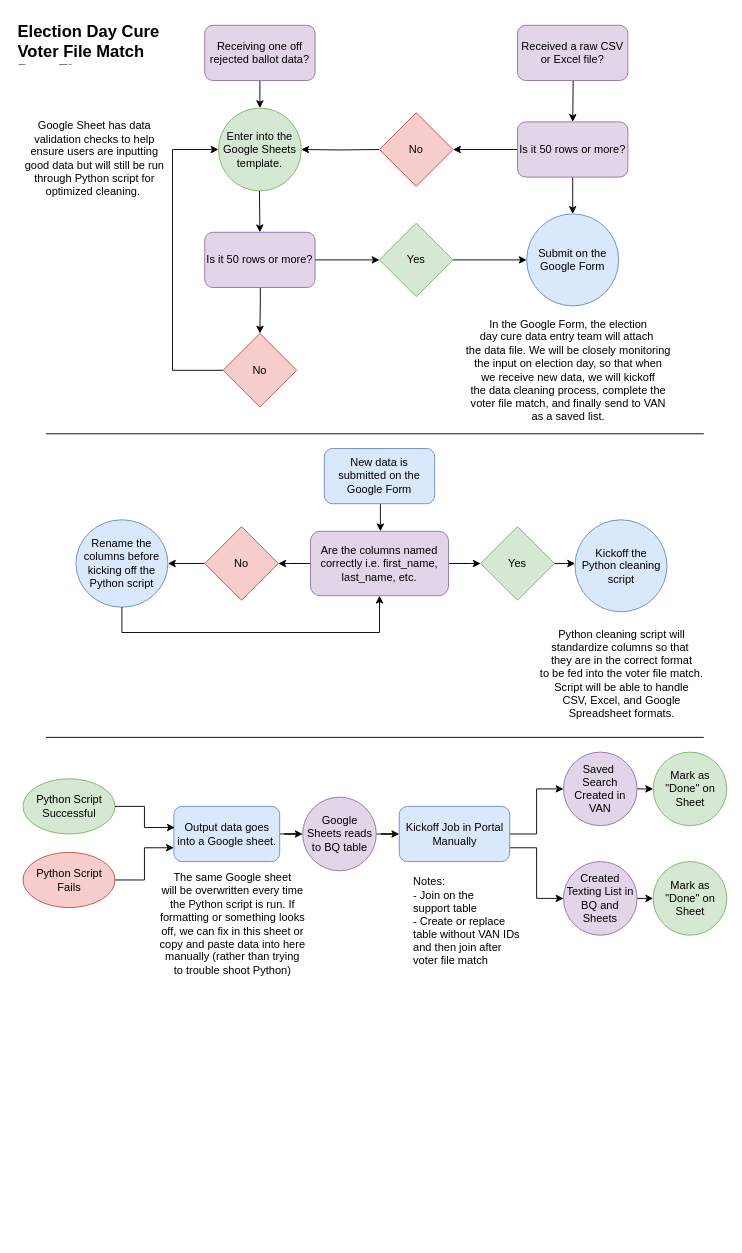
Before: Election Day Cure Voter File Match Data Flow.drawio in jaredbach/DataDiagrams, a draw.io diagram. Source tidied: cells renumbered, new cells numbered last; positions are measured from the earlier drawing's top-left corner, leaving out a move shared by most shapes. Both pictures are drawn from the tidied source at 92%, with x=0, y=0 at pixel (16, 16).
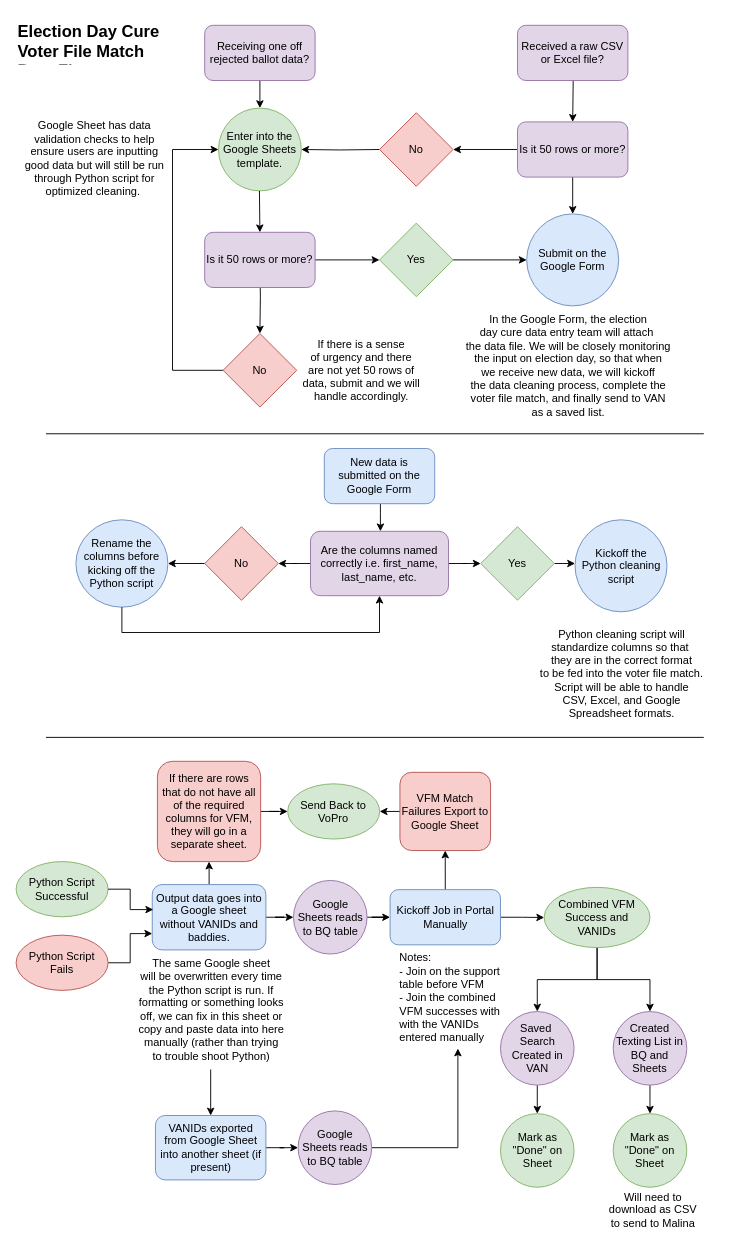
The same diagram, later.

Diff of the diagram source:
```diff
@@
     <mxCell id="21" value="&lt;div style=&quot;&quot;&gt;&lt;span style=&quot;background-color: initial;&quot;&gt;In the Google Form, the election&lt;/span&gt;&lt;/div&gt;&lt;div style=&quot;&quot;&gt;day cure &lt;span style=&quot;background-color: initial;&quot;&gt;data&amp;nbsp;&lt;/span&gt;&lt;span style=&quot;background-color: initial;&quot;&gt;entry team&amp;nbsp;&lt;/span&gt;&lt;span style=&quot;background-color: initial;&quot;&gt;will attach&amp;nbsp;&lt;/span&gt;&lt;/div&gt;&lt;div style=&quot;&quot;&gt;&lt;span style=&quot;background-color: initial;&quot;&gt;the&amp;nbsp;&lt;/span&gt;&lt;span style=&quot;background-color: initial;&quot;&gt;data file. We&amp;nbsp;&lt;/span&gt;&lt;span style=&quot;background-color: initial;&quot;&gt;will be&amp;nbsp;&lt;/span&gt;&lt;span style=&quot;background-color: initial;&quot;&gt;closely&amp;nbsp;&lt;/span&gt;&lt;span style=&quot;background-color: initial;&quot;&gt;monitoring&lt;/span&gt;&lt;/div&gt;&lt;div style=&quot;&quot;&gt;&lt;span style=&quot;background-color: initial;&quot;&gt;the i&lt;/span&gt;&lt;span style=&quot;background-color: initial;&quot;&gt;nput&amp;nbsp;&lt;/span&gt;&lt;span style=&quot;background-color: initial;&quot;&gt;on election&amp;nbsp;&lt;/span&gt;&lt;span style=&quot;background-color: initial;&quot;&gt;day, so&amp;nbsp;&lt;/span&gt;&lt;span style=&quot;background-color: initial;&quot;&gt;that when&lt;/span&gt;&lt;/div&gt;&lt;div style=&quot;&quot;&gt;&lt;span style=&quot;background-color: initial;&quot;&gt;we&amp;nbsp;&lt;/span&gt;&lt;span style=&quot;background-color: initial;&quot;&gt;receive&amp;nbsp;&lt;/span&gt;&lt;span style=&quot;background-color: initial;&quot;&gt;new data,&amp;nbsp;&lt;/span&gt;&lt;span style=&quot;background-color: initial;&quot;&gt;we will&amp;nbsp;&lt;/span&gt;&lt;span style=&quot;background-color: initial;&quot;&gt;kickoff&lt;/span&gt;&lt;/div&gt;&lt;div style=&quot;&quot;&gt;&lt;span style=&quot;background-color: initial;&quot;&gt;the data&amp;nbsp;&lt;/span&gt;&lt;span style=&quot;background-color: initial;&quot;&gt;cleaning process,&amp;nbsp;&lt;/span&gt;&lt;span style=&quot;background-color: initial;&quot;&gt;complete the&lt;/span&gt;&lt;/div&gt;&lt;div style=&quot;&quot;&gt;&lt;span style=&quot;background-color: initial;&quot;&gt;voter f&lt;/span&gt;&lt;span style=&quot;background-color: initial;&quot;&gt;ile match,&amp;nbsp;&lt;/span&gt;&lt;span style=&quot;background-color: initial;&quot;&gt;and finally&amp;nbsp;&lt;/span&gt;&lt;span style=&quot;background-color: initial;&quot;&gt;send to VAN&lt;/span&gt;&lt;/div&gt;&lt;div style=&quot;&quot;&gt;&lt;span style=&quot;background-color: initial;&quot;&gt;as a saved list.&lt;/span&gt;&lt;/div&gt;" style="text;html=1;align=center;verticalAlign=middle;strokeColor=none;fillColor=none;" parent="1" vertex="1">
-      <mxGeometry x="475" y="320" width="250" height="130" as="geometry" />
+      <mxGeometry x="475" y="315" width="250" height="130" as="geometry" />
     </mxCell>
@@
+    <mxCell id="58" style="edgeStyle=orthogonalEdgeStyle;rounded=0;jettySize=auto;html=1;" parent="1" edge="1" source="38" target="65">
+      <mxGeometry relative="1" as="geometry" />
+    </mxCell>
-    <mxCell id="38" value="Output data goes into a Google sheet." style="rounded=1;whiteSpace=wrap;html=1;fillColor=#dae8fc;strokeColor=#6c8ebf;" parent="1" vertex="1">
-      <mxGeometry x="171.5" y="859" width="115" height="60" as="geometry" />
+    <mxCell id="38" value="Output data goes into a Google sheet without VANIDs and baddies." style="rounded=1;whiteSpace=wrap;html=1;fillColor=#dae8fc;strokeColor=#6c8ebf;" parent="1" vertex="1">
+      <mxGeometry x="148" y="944" width="123.5" height="71" as="geometry" />
     </mxCell>
+    <mxCell id="59" style="edgeStyle=orthogonalEdgeStyle;rounded=0;jettySize=auto;html=1;" parent="1" edge="1" source="39" target="68">
+      <mxGeometry relative="1" as="geometry" />
+    </mxCell>
     <mxCell id="39" value="The same Google sheet&lt;div&gt;will be overwritten every time&lt;/div&gt;&lt;div&gt;the Python script is run. If&lt;/div&gt;&lt;div&gt;formatting or something looks&lt;/div&gt;&lt;div&gt;off, we can fix in this sheet or&lt;/div&gt;&lt;div&gt;copy&amp;nbsp;&lt;span style=&quot;background-color: initial;&quot;&gt;and paste data into here&lt;/span&gt;&lt;/div&gt;&lt;div&gt;&lt;span style=&quot;background-color: initial;&quot;&gt;manually&amp;nbsp;&lt;/span&gt;&lt;span style=&quot;background-color: initial;&quot;&gt;(rather than trying&lt;/span&gt;&lt;/div&gt;&lt;div&gt;&lt;span style=&quot;background-color: initial;&quot;&gt;to trouble&amp;nbsp;&lt;/span&gt;&lt;span style=&quot;background-color: initial;&quot;&gt;shoot Python)&lt;/span&gt;&lt;/div&gt;" style="text;html=1;align=center;verticalAlign=middle;points=[];strokeColor=none;fillColor=none;" parent="1" vertex="1">
-      <mxGeometry x="145" y="922" width="180" height="130" as="geometry" />
+      <mxGeometry x="121.5" y="1015" width="180" height="130" as="geometry" />
     </mxCell>
     <mxCell id="40" value="Python Script Successful" style="ellipse;whiteSpace=wrap;html=1;fillColor=#d5e8d4;strokeColor=#82b366;" parent="1" vertex="1">
-      <mxGeometry x="7.5" y="829" width="100" height="60" as="geometry" />
+      <mxGeometry y="919" width="100" height="60" as="geometry" />
     </mxCell>
@@
     <mxCell id="42" value="Python Script Fails" style="ellipse;whiteSpace=wrap;html=1;fillColor=#f8cecc;strokeColor=#b85450;" parent="1" vertex="1">
-      <mxGeometry x="7.5" y="909" width="100" height="60" as="geometry" />
+      <mxGeometry y="999" width="100" height="60" as="geometry" />
     </mxCell>
@@
     <mxCell id="45" value="Google Sheets reads to BQ table" style="ellipse;whiteSpace=wrap;html=1;fillColor=#e1d5e7;strokeColor=#9673a6;rounded=1;" parent="1" vertex="1">
-      <mxGeometry x="311.5" y="849" width="80" height="80" as="geometry" />
+      <mxGeometry x="301.5" y="939.5" width="80" height="80" as="geometry" />
     </mxCell>
-    <mxCell id="46" style="edgeStyle=orthogonalEdgeStyle;rounded=0;jettySize=auto;html=1;" parent="1" edge="1" source="48" target="50">
-      <mxGeometry relative="1" as="geometry" />
-    </mxCell>
-    <mxCell id="47" style="edgeStyle=orthogonalEdgeStyle;rounded=0;jettySize=auto;html=1;exitX=1;exitY=0.75;exitDx=0;exitDy=0;entryX=0;entryY=0.5;entryDx=0;entryDy=0;" parent="1" edge="1" source="48" target="55">
-      <mxGeometry relative="1" as="geometry" />
-    </mxCell>
+    <mxCell id="60" style="edgeStyle=orthogonalEdgeStyle;rounded=0;jettySize=auto;html=1;exitX=0.5;exitY=0;exitDx=0;exitDy=0;entryX=0.5;entryY=1;entryDx=0;entryDy=0;" parent="1" edge="1" source="48" target="72">
+      <mxGeometry relative="1" as="geometry" />
+    </mxCell>
+    <mxCell id="61" style="edgeStyle=orthogonalEdgeStyle;rounded=0;jettySize=auto;html=1;exitX=1;exitY=0.5;exitDx=0;exitDy=0;" parent="1" edge="1" source="48" target="75">
+      <mxGeometry relative="1" as="geometry" />
+    </mxCell>
     <mxCell id="48" value="Kickoff Job in Portal Manually" style="whiteSpace=wrap;html=1;fillColor=#dae8fc;strokeColor=#6c8ebf;rounded=1;" parent="1" vertex="1">
-      <mxGeometry x="416.5" y="859" width="120" height="60" as="geometry" />
+      <mxGeometry x="406.5" y="949.5" width="120" height="60" as="geometry" />
     </mxCell>
-    <mxCell id="49" style="edgeStyle=orthogonalEdgeStyle;rounded=0;jettySize=auto;html=1;exitX=1;exitY=0.5;exitDx=0;exitDy=0;entryX=0;entryY=0.5;entryDx=0;entryDy=0;" parent="1" edge="1" source="50" target="51">
+    <mxCell id="49" style="edgeStyle=orthogonalEdgeStyle;rounded=0;jettySize=auto;html=1;exitX=0.5;exitY=1;exitDx=0;exitDy=0;entryX=0.5;entryY=0;entryDx=0;entryDy=0;" parent="1" edge="1" source="50" target="51">
       <mxGeometry relative="1" as="geometry" />
     </mxCell>
     <mxCell id="50" value="Saved&amp;nbsp;&lt;div&gt;Search Created in VAN&lt;/div&gt;" style="ellipse;whiteSpace=wrap;html=1;fillColor=#e1d5e7;strokeColor=#9673a6;rounded=1;" parent="1" vertex="1">
-      <mxGeometry x="595" y="800" width="80" height="80" as="geometry" />
+      <mxGeometry x="526.5" y="1082" width="80" height="80" as="geometry" />
     </mxCell>
     <mxCell id="51" value="Mark as &quot;Done&quot; on Sheet" style="ellipse;whiteSpace=wrap;html=1;fillColor=#d5e8d4;strokeColor=#82b366;rounded=1;" parent="1" vertex="1">
-      <mxGeometry x="692.5" y="800" width="80" height="80" as="geometry" />
+      <mxGeometry x="526.5" y="1193" width="80" height="80" as="geometry" />
     </mxCell>
@@
-    <mxCell id="54" style="edgeStyle=orthogonalEdgeStyle;rounded=0;jettySize=auto;html=1;exitX=1;exitY=0.5;exitDx=0;exitDy=0;entryX=0;entryY=0.5;entryDx=0;entryDy=0;" parent="1" edge="1" source="55" target="56">
+    <mxCell id="54" style="edgeStyle=orthogonalEdgeStyle;rounded=0;jettySize=auto;html=1;exitX=0.5;exitY=1;exitDx=0;exitDy=0;entryX=0.5;entryY=0;entryDx=0;entryDy=0;" parent="1" edge="1" source="55" target="56">
       <mxGeometry relative="1" as="geometry" />
     </mxCell>
     <mxCell id="55" value="Created Texting List in BQ and Sheets" style="ellipse;whiteSpace=wrap;html=1;fillColor=#e1d5e7;strokeColor=#9673a6;rounded=1;" parent="1" vertex="1">
-      <mxGeometry x="595" y="919" width="80" height="80" as="geometry" />
+      <mxGeometry x="649" y="1082" width="80" height="80" as="geometry" />
     </mxCell>
     <mxCell id="56" value="Mark as &quot;Done&quot; on Sheet" style="ellipse;whiteSpace=wrap;html=1;fillColor=#d5e8d4;strokeColor=#82b366;rounded=1;" parent="1" vertex="1">
-      <mxGeometry x="692.5" y="919" width="80" height="80" as="geometry" />
+      <mxGeometry x="649" y="1193" width="80" height="80" as="geometry" />
     </mxCell>
-    <mxCell id="57" value="&lt;div style=&quot;&quot;&gt;&lt;span style=&quot;background-color: initial;&quot;&gt;Notes:&lt;/span&gt;&lt;/div&gt;&lt;div style=&quot;&quot;&gt;&lt;span style=&quot;background-color: initial;&quot;&gt;- Join on the&amp;nbsp;&lt;/span&gt;&lt;/div&gt;&lt;div&gt;support&lt;span style=&quot;background-color: initial;&quot;&gt;&amp;nbsp;table&lt;/span&gt;&lt;/div&gt;&lt;div&gt;- Create or replace&lt;/div&gt;&lt;div&gt;table without VAN IDs&lt;/div&gt;&lt;div&gt;and then join after&lt;/div&gt;&lt;div&gt;voter file match&amp;nbsp;&lt;/div&gt;" style="text;html=1;align=left;verticalAlign=middle;points=[];strokeColor=none;fillColor=none;" parent="1" vertex="1">
-      <mxGeometry x="430" y="929" width="140" height="110" as="geometry" />
+    <mxCell id="57" value="&lt;div style=&quot;&quot;&gt;&lt;span style=&quot;background-color: initial;&quot;&gt;Notes:&lt;/span&gt;&lt;/div&gt;&lt;div style=&quot;&quot;&gt;&lt;span style=&quot;background-color: initial;&quot;&gt;- Join on the support&lt;/span&gt;&lt;/div&gt;&lt;div style=&quot;&quot;&gt;table before VFM&lt;/div&gt;&lt;div style=&quot;&quot;&gt;- Join the combined&lt;/div&gt;&lt;div style=&quot;&quot;&gt;VFM successes with&lt;/div&gt;&lt;div style=&quot;&quot;&gt;with the VANIDs&lt;/div&gt;&lt;div style=&quot;&quot;&gt;entered manually&lt;/div&gt;" style="text;html=1;align=left;verticalAlign=middle;points=[];strokeColor=none;fillColor=none;" parent="1" vertex="1">
+      <mxGeometry x="415.2" y="1012.2" width="130" height="110" as="geometry" />
     </mxCell>
+    <mxCell id="62" value="Will need to&lt;div&gt;download as CSV&lt;/div&gt;&lt;div&gt;to send to Malina&lt;/div&gt;" style="text;html=1;align=center;verticalAlign=middle;strokeColor=none;fillColor=none;" parent="1" vertex="1">
+      <mxGeometry x="631.5" y="1268" width="120" height="60" as="geometry" />
+    </mxCell>
+    <mxCell id="63" value="If there is a sense&lt;div&gt;of urgency and there&lt;/div&gt;&lt;div&gt;are not yet 50 rows of&lt;/div&gt;&lt;div&gt;data, submit and we will&lt;/div&gt;&lt;div&gt;handle accordingly.&lt;/div&gt;" style="text;html=1;align=center;verticalAlign=middle;strokeColor=none;fillColor=none;" parent="1" vertex="1">
+      <mxGeometry x="300" y="340" width="150" height="90" as="geometry" />
+    </mxCell>
+    <mxCell id="64" style="edgeStyle=orthogonalEdgeStyle;rounded=0;jettySize=auto;html=1;" parent="1" edge="1" source="65" target="66">
+      <mxGeometry relative="1" as="geometry" />
+    </mxCell>
+    <mxCell id="65" value="If there are rows that do not have all of the required columns for VFM, they will go in a separate sheet." style="rounded=1;whiteSpace=wrap;html=1;fillColor=#f8cecc;strokeColor=#b85450;" parent="1" vertex="1">
+      <mxGeometry x="153.6" y="810" width="112.2" height="109" as="geometry" />
+    </mxCell>
+    <mxCell id="66" value="Send Back to VoPro" style="ellipse;whiteSpace=wrap;html=1;fillColor=#d5e8d4;strokeColor=#82b366;" parent="1" vertex="1">
+      <mxGeometry x="295.2" y="834.5" width="100" height="60" as="geometry" />
+    </mxCell>
+    <mxCell id="67" style="edgeStyle=orthogonalEdgeStyle;rounded=0;jettySize=auto;html=1;entryX=0;entryY=0.5;entryDx=0;entryDy=0;" parent="1" edge="1" source="68" target="70">
+      <mxGeometry relative="1" as="geometry" />
+    </mxCell>
+    <mxCell id="68" value="VANIDs exported from Google Sheet into another sheet (if present)" style="rounded=1;whiteSpace=wrap;html=1;fillColor=#dae8fc;strokeColor=#6c8ebf;" parent="1" vertex="1">
+      <mxGeometry x="151.5" y="1195" width="120" height="70" as="geometry" />
+    </mxCell>
+    <mxCell id="69" style="edgeStyle=orthogonalEdgeStyle;rounded=0;jettySize=auto;html=1;exitX=1;exitY=0.5;exitDx=0;exitDy=0;" parent="1" edge="1" source="70" target="57">
+      <mxGeometry relative="1" as="geometry" />
+    </mxCell>
+    <mxCell id="70" value="Google Sheets reads to BQ table" style="ellipse;whiteSpace=wrap;html=1;fillColor=#e1d5e7;strokeColor=#9673a6;rounded=1;" parent="1" vertex="1">
+      <mxGeometry x="306.5" y="1190" width="80" height="80" as="geometry" />
+    </mxCell>
+    <mxCell id="71" style="edgeStyle=orthogonalEdgeStyle;rounded=0;jettySize=auto;html=1;exitX=0;exitY=0.5;exitDx=0;exitDy=0;entryX=1;entryY=0.5;entryDx=0;entryDy=0;" parent="1" edge="1" source="72" target="66">
+      <mxGeometry relative="1" as="geometry" />
+    </mxCell>
+    <mxCell id="72" value="VFM Match Failures Export to Google Sheet" style="rounded=1;whiteSpace=wrap;html=1;fillColor=#f8cecc;strokeColor=#b85450;" parent="1" vertex="1">
+      <mxGeometry x="417.2" y="822" width="98.5" height="85" as="geometry" />
+    </mxCell>
+    <mxCell id="73" style="edgeStyle=orthogonalEdgeStyle;rounded=0;jettySize=auto;html=1;exitX=0.5;exitY=1;exitDx=0;exitDy=0;" parent="1" edge="1" source="75" target="50">
+      <mxGeometry relative="1" as="geometry" />
+    </mxCell>
+    <mxCell id="74" style="edgeStyle=orthogonalEdgeStyle;rounded=0;jettySize=auto;html=1;exitX=0.5;exitY=1;exitDx=0;exitDy=0;" parent="1" edge="1" source="75" target="55">
+      <mxGeometry relative="1" as="geometry" />
+    </mxCell>
+    <mxCell id="75" value="Combined VFM Success and VANIDs" style="ellipse;whiteSpace=wrap;html=1;fillColor=#d5e8d4;strokeColor=#82b366;" parent="1" vertex="1">
+      <mxGeometry x="574" y="947" width="115" height="65.5" as="geometry" />
+    </mxCell>
```
